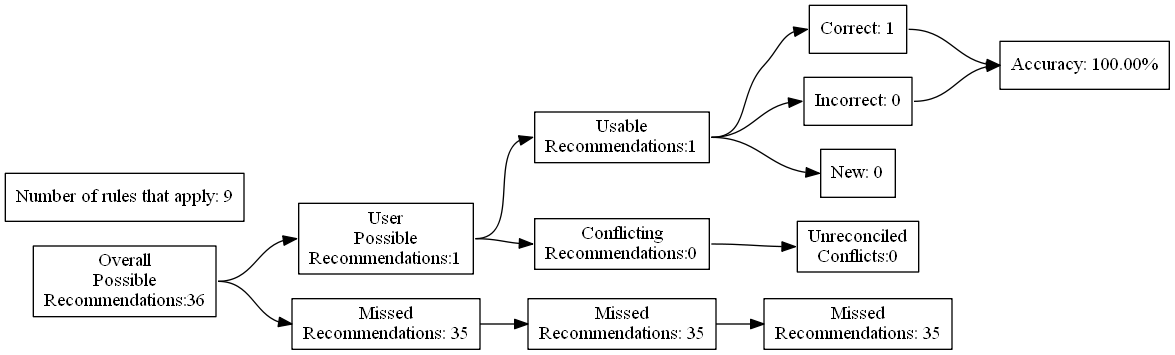
ZaxR/ibd_diet_analysis keeps this Graphviz diagram as test_renders/101.gv.png. Above is the earlier version. Its source is kept beside it as test_renders/101.gv. Source of this version:
```dot
digraph {
	graph [rankdir=LR]
	node [pos=r shape=box]
	edge [headport=w tailport=e]
		A [label="Overall
Possible
Recommendations:36"]
		B [label="User
Possible
Recommendations:1"]
		C [label="Missed
Recommendations: 35"]
		D [label="Usable
Recommendations:1"]
		E [label="Conflicting
Recommendations:0"]
		J [label="Missed
Recommendations: 35"]
		M [label="Unreconciled
Conflicts:0"]
		F [label="Correct: 1"]
		G [label="Incorrect: 0"]
		H [label="New: 0"]
		K [label="Missed
Recommendations: 35"]
		I [label="Accuracy: 100.00%"]
		l [label="Number of rules that apply: 9"]
			A -> B
			A -> C
			B -> D
			B -> E
			D -> F
			D -> G
			D -> H
			F -> I
			G -> I
			C -> J
			J -> K
			E -> M
}
```
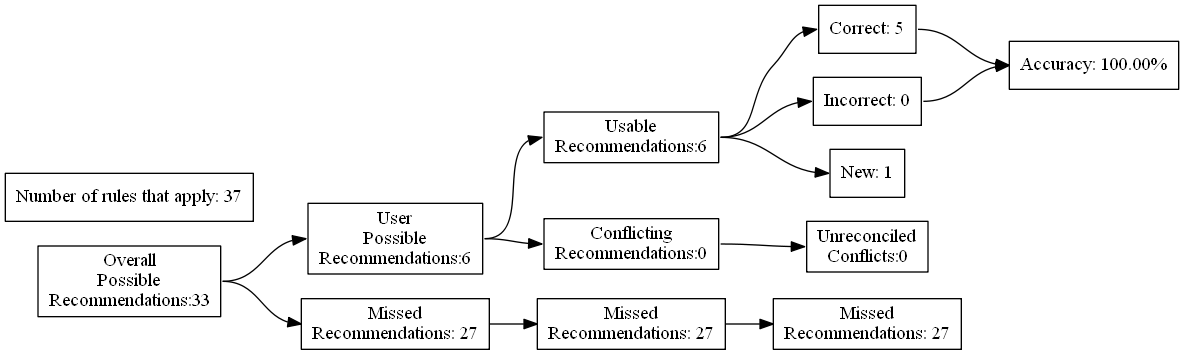
After the change.

Diff of the diagram source:
```diff
@@ -4,27 +4,27 @@
 	edge [headport=w tailport=e]
 		A [label="Overall
 Possible
-Recommendations:36"]
+Recommendations:33"]
 		B [label="User
 Possible
-Recommendations:1"]
+Recommendations:6"]
 		C [label="Missed
-Recommendations: 35"]
+Recommendations: 27"]
 		D [label="Usable
-Recommendations:1"]
+Recommendations:6"]
 		E [label="Conflicting
 Recommendations:0"]
 		J [label="Missed
-Recommendations: 35"]
+Recommendations: 27"]
 		M [label="Unreconciled
 Conflicts:0"]
-		F [label="Correct: 1"]
+		F [label="Correct: 5"]
 		G [label="Incorrect: 0"]
-		H [label="New: 0"]
+		H [label="New: 1"]
 		K [label="Missed
-Recommendations: 35"]
+Recommendations: 27"]
 		I [label="Accuracy: 100.00%"]
-		l [label="Number of rules that apply: 9"]
+		l [label="Number of rules that apply: 37"]
 			A -> B
 			A -> C
 			B -> D
```
